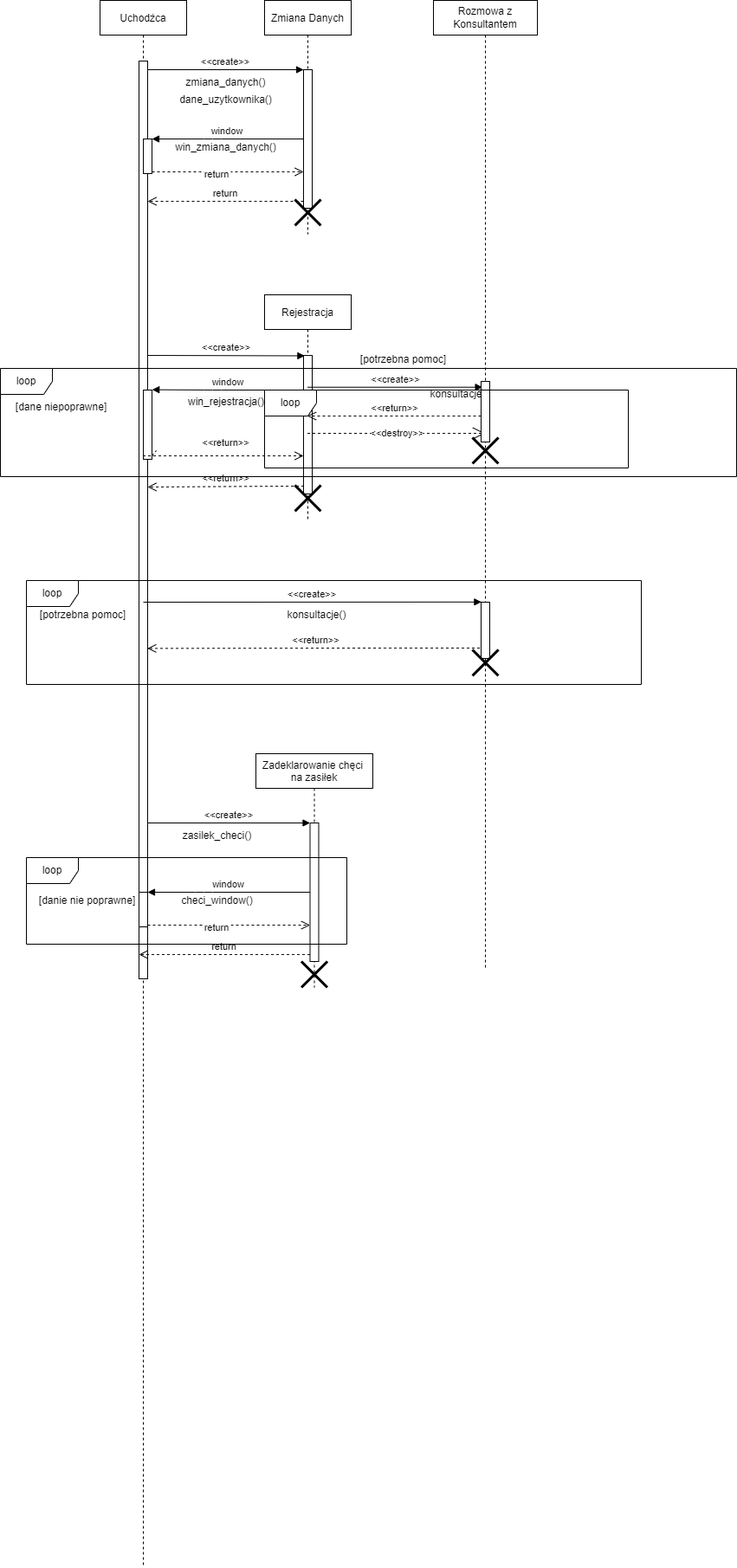
This is diagramy przebiegu/Uchodżca - diagram przebiegu.drawio.png from TheRipSon/inzyneria-oprogramowania, a draw.io export, as it was before one commit. Source tidied: cells renumbered, new cells last; positions are measured from the earlier drawing's top-left corner, leaving out a move shared by most shapes.
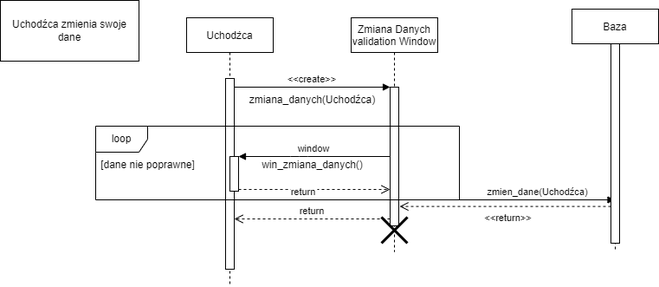
After the change.

What changed in the source:
```diff
@@ -3,18 +3,15 @@
     <mxCell id="0" />
     <mxCell id="1" parent="0" />
     <mxCell id="2" value="Uchodżca" style="shape=umlLifeline;perimeter=lifelinePerimeter;rounded=0;shadow=0;strokeWidth=1;" parent="1" vertex="1">
-      <mxGeometry x="115" width="100" height="1810" as="geometry" />
+      <mxGeometry x="115" width="100" height="310" as="geometry" />
     </mxCell>
     <mxCell id="3" style="points=[];perimeter=orthogonalPerimeter;rounded=0;shadow=0;strokeWidth=1;" parent="2" vertex="1">
-      <mxGeometry x="45" y="70" width="10" height="1060" as="geometry" />
+      <mxGeometry x="45" y="70" width="10" height="220" as="geometry" />
     </mxCell>
     <mxCell id="4" style="points=[];perimeter=orthogonalPerimeter;rounded=0;shadow=0;strokeWidth=1;" parent="2" vertex="1">
       <mxGeometry x="50" y="160" width="10" height="40" as="geometry" />
     </mxCell>
-    <mxCell id="5" style="points=[];perimeter=orthogonalPerimeter;rounded=0;shadow=0;strokeWidth=1;" parent="2" vertex="1">
-      <mxGeometry x="45" y="1030" width="10" height="40" as="geometry" />
-    </mxCell>
-    <mxCell id="6" value="Zmiana Danych" style="shape=umlLifeline;perimeter=lifelinePerimeter;rounded=0;shadow=0;strokeWidth=1;" parent="1" vertex="1">
+    <mxCell id="6" value="Zmiana Danych&#10;validation Window" style="shape=umlLifeline;perimeter=lifelinePerimeter;rounded=0;shadow=0;strokeWidth=1;" parent="1" vertex="1">
       <mxGeometry x="305" width="100" height="270" as="geometry" />
     </mxCell>
     <mxCell id="7" style="points=[];perimeter=orthogonalPerimeter;rounded=0;shadow=0;strokeWidth=1;" parent="6" vertex="1">
@@ -23,6 +20,11 @@
     <mxCell id="8" style="shape=umlDestroy;whiteSpace=wrap;html=1;strokeWidth=3;" parent="6" vertex="1">
       <mxGeometry x="35" y="230" width="30" height="30" as="geometry" />
     </mxCell>
+    <mxCell id="55" value="zmien_dane(Uchodźca)" style="html=1;verticalAlign=bottom;endArrow=block;rounded=0;" parent="6" edge="1" target="56">
+      <mxGeometry x="0.28" relative="1" as="geometry">
+        <mxPoint x="55" y="210" as="sourcePoint" />
+      </mxGeometry>
+    </mxCell>
     <mxCell id="9" value="return" style="verticalAlign=bottom;endArrow=open;dashed=1;endSize=8;exitX=0;exitY=0.95;shadow=0;strokeWidth=1;" parent="1" edge="1" source="7" target="3">
       <mxGeometry relative="1" as="geometry" />
     </mxCell>
@@ -43,170 +45,29 @@
         </Array>
       </mxGeometry>
     </mxCell>
-    <mxCell id="13" style="points=[];perimeter=orthogonalPerimeter;rounded=0;shadow=0;strokeWidth=1;" parent="1" vertex="1">
-      <mxGeometry x="165" y="450" width="10" height="80" as="geometry" />
-    </mxCell>
-    <mxCell id="14" value="&lt;&lt;return&gt;&gt;" style="verticalAlign=bottom;endArrow=open;dashed=1;endSize=8;exitX=0.06;exitY=0.943;shadow=0;strokeWidth=1;exitDx=0;exitDy=0;exitPerimeter=0;" parent="1" edge="1" source="20">
-      <mxGeometry relative="1" as="geometry">
-        <mxPoint x="170" y="562" as="targetPoint" />
-      </mxGeometry>
-    </mxCell>
-    <mxCell id="15" value="&lt;&lt;create&gt;&gt;" style="verticalAlign=bottom;endArrow=block;entryX=0.14;entryY=0.003;shadow=0;strokeWidth=1;entryDx=0;entryDy=0;entryPerimeter=0;" parent="1" edge="1" target="20">
-      <mxGeometry relative="1" as="geometry">
-        <mxPoint x="170" y="410" as="sourcePoint" />
-      </mxGeometry>
-    </mxCell>
-    <mxCell id="16" value="window" style="verticalAlign=bottom;endArrow=block;shadow=0;strokeWidth=1;entryX=1.02;entryY=-0.005;entryDx=0;entryDy=0;entryPerimeter=0;" parent="1" edge="1" target="13">
-      <mxGeometry relative="1" as="geometry">
-        <mxPoint x="350" y="450" as="sourcePoint" />
-        <Array as="points">
-          <mxPoint x="325" y="450" />
-          <mxPoint x="245" y="450" />
-        </Array>
-      </mxGeometry>
-    </mxCell>
-    <mxCell id="17" value="&lt;&lt;return&gt;&gt;" style="verticalAlign=bottom;endArrow=open;dashed=1;endSize=8;shadow=0;strokeWidth=1;startArrow=none;" parent="1" edge="1" source="2">
-      <mxGeometry x="0.03" y="6" relative="1" as="geometry">
-        <mxPoint x="350" y="526" as="targetPoint" />
-        <mxPoint x="1" as="offset" />
-      </mxGeometry>
-    </mxCell>
-    <mxCell id="18" value="[dane niepoprawne]" style="text;html=1;align=center;verticalAlign=middle;strokeColor=none;fillColor=none;" parent="1" vertex="1">
-      <mxGeometry x="10" y="460" width="120" height="20" as="geometry" />
-    </mxCell>
-    <mxCell id="19" value="Rejestracja" style="shape=umlLifeline;perimeter=lifelinePerimeter;rounded=0;shadow=0;strokeWidth=1;" parent="1" vertex="1">
-      <mxGeometry x="305" y="340" width="100" height="260" as="geometry" />
-    </mxCell>
-    <mxCell id="20" style="points=[];perimeter=orthogonalPerimeter;rounded=0;shadow=0;strokeWidth=1;" parent="19" vertex="1">
-      <mxGeometry x="45" y="70" width="10" height="160" as="geometry" />
-    </mxCell>
-    <mxCell id="21" style="shape=umlDestroy;whiteSpace=wrap;html=1;strokeWidth=3;" parent="19" vertex="1">
-      <mxGeometry x="35" y="220" width="30" height="30" as="geometry" />
-    </mxCell>
-    <mxCell id="22" value="&lt;&lt;return&gt;&gt;" style="verticalAlign=bottom;endArrow=open;dashed=1;endSize=8;shadow=0;strokeWidth=1;entryX=0.98;entryY=0.64;entryDx=0;entryDy=0;entryPerimeter=0;" parent="1" edge="1" source="30" target="3">
-      <mxGeometry relative="1" as="geometry">
-        <Array as="points">
-          <mxPoint x="450" y="748" />
-        </Array>
-      </mxGeometry>
-    </mxCell>
-    <mxCell id="23" value="&lt;&lt;create&gt;&gt;" style="verticalAlign=bottom;endArrow=block;entryX=0.04;entryY=-0.003;shadow=0;strokeWidth=1;entryDx=0;entryDy=0;entryPerimeter=0;" parent="1" edge="1" target="33">
-      <mxGeometry relative="1" as="geometry">
-        <mxPoint x="165" y="695" as="sourcePoint" />
-      </mxGeometry>
-    </mxCell>
-    <mxCell id="24" value="loop" style="shape=umlFrame;whiteSpace=wrap;html=1;" parent="1" vertex="1">
-      <mxGeometry x="30" y="670" width="710" height="120" as="geometry" />
-    </mxCell>
-    <mxCell id="25" value="[potrzebna pomoc]" style="text;html=1;align=center;verticalAlign=middle;strokeColor=none;fillColor=none;" parent="1" vertex="1">
-      <mxGeometry x="40" y="700" width="110" height="20" as="geometry" />
-    </mxCell>
-    <mxCell id="26" value="zmiana_danych()" style="text;html=1;align=center;verticalAlign=middle;strokeColor=none;fillColor=none;" parent="1" vertex="1">
-      <mxGeometry x="205" y="85" width="110" height="20" as="geometry" />
+    <mxCell id="26" value="zmiana_danych(Uchodźca)" style="text;html=1;align=center;verticalAlign=middle;strokeColor=none;fillColor=none;" parent="1" vertex="1">
+      <mxGeometry x="180" y="85" width="160" height="20" as="geometry" />
     </mxCell>
     <mxCell id="27" value="win_zmiana_danych()" style="text;html=1;align=center;verticalAlign=middle;strokeColor=none;fillColor=none;" parent="1" vertex="1">
       <mxGeometry x="195" y="160" width="130" height="20" as="geometry" />
     </mxCell>
-    <mxCell id="28" value="&lt;span style=&quot;color: rgb(0, 0, 0); font-family: Helvetica; font-size: 12px; font-style: normal; font-variant-ligatures: normal; font-variant-caps: normal; font-weight: 400; letter-spacing: normal; orphans: 2; text-align: center; text-indent: 0px; text-transform: none; widows: 2; word-spacing: 0px; -webkit-text-stroke-width: 0px; background-color: rgb(248, 249, 250); text-decoration-thickness: initial; text-decoration-style: initial; text-decoration-color: initial; float: none; display: inline !important;&quot;&gt;win_rejestracja()&lt;/span&gt;" style="text;whiteSpace=wrap;html=1;" parent="1" vertex="1">
-      <mxGeometry x="215" y="450" width="140" height="30" as="geometry" />
-    </mxCell>
-    <mxCell id="29" style="verticalAlign=bottom;endArrow=none;dashed=1;endSize=8;exitX=1;exitY=0.95;shadow=0;strokeWidth=1;" parent="1" edge="1" source="13">
-      <mxGeometry x="-0.15" y="6" relative="1" as="geometry">
-        <mxPoint x="180" y="520" as="targetPoint" />
-      </mxGeometry>
-    </mxCell>
-    <mxCell id="30" value="Rozmowa z Konsultantem" style="shape=umlLifeline;perimeter=lifelinePerimeter;whiteSpace=wrap;html=1;outlineConnect=0;" parent="1" vertex="1">
-      <mxGeometry x="500" width="120" height="1120" as="geometry" />
-    </mxCell>
-    <mxCell id="31" style="shape=umlDestroy;whiteSpace=wrap;html=1;strokeWidth=3;" parent="30" vertex="1">
-      <mxGeometry x="45" y="505" width="30" height="30" as="geometry" />
-    </mxCell>
-    <mxCell id="32" value="[potrzebna pomoc]" style="text;html=1;align=center;verticalAlign=middle;strokeColor=none;fillColor=none;" parent="30" vertex="1">
-      <mxGeometry x="-90" y="405" width="110" height="20" as="geometry" />
-    </mxCell>
-    <mxCell id="33" style="html=1;points=[];perimeter=orthogonalPerimeter;" parent="30" vertex="1">
-      <mxGeometry x="55" y="695" width="10" height="65" as="geometry" />
-    </mxCell>
-    <mxCell id="34" style="shape=umlDestroy;whiteSpace=wrap;html=1;strokeWidth=3;" parent="30" vertex="1">
-      <mxGeometry x="45" y="750" width="30" height="30" as="geometry" />
-    </mxCell>
-    <mxCell id="35" value="konsultacje()" style="text;html=1;align=center;verticalAlign=middle;strokeColor=none;fillColor=none;" parent="30" vertex="1">
-      <mxGeometry x="-10" y="445" width="80" height="20" as="geometry" />
-    </mxCell>
-    <mxCell id="36" value="&amp;lt;&amp;lt;create&amp;gt;&amp;gt;" style="html=1;verticalAlign=bottom;endArrow=block;rounded=0;entryX=0.16;entryY=0.096;entryDx=0;entryDy=0;entryPerimeter=0;" parent="1" edge="1" source="19" target="41">
-      <mxGeometry relative="1" as="geometry" />
-    </mxCell>
+    <mxCell id="56" value="Baza" style="shape=umlLifeline;perimeter=lifelinePerimeter;rounded=0;shadow=0;strokeWidth=1;" parent="1" vertex="1">
+      <mxGeometry x="560" y="-10" width="100" height="280" as="geometry" />
+    </mxCell>
+    <mxCell id="57" style="points=[];perimeter=orthogonalPerimeter;rounded=0;shadow=0;strokeWidth=1;" parent="56" vertex="1">
+      <mxGeometry x="45" y="40" width="10" height="230" as="geometry" />
+    </mxCell>
-    <mxCell id="37" value="&amp;lt;&amp;lt;return&amp;gt;&amp;gt;" style="html=1;verticalAlign=bottom;endArrow=open;dashed=1;endSize=8;rounded=0;" parent="1" edge="1" source="41" target="19">
-      <mxGeometry relative="1" as="geometry">
-        <Array as="points">
-          <mxPoint x="500" y="480" />
-        </Array>
-      </mxGeometry>
+    <mxCell id="37" value="&amp;lt;&amp;lt;return&amp;gt;&amp;gt;" style="html=1;verticalAlign=bottom;endArrow=open;dashed=1;endSize=8;rounded=0;entryX=1.1;entryY=0.86;entryDx=0;entryDy=0;entryPerimeter=0;" parent="1" edge="1" source="57" target="7">
+      <mxGeometry x="-0.02" y="22" relative="1" as="geometry" />
     </mxCell>
-    <mxCell id="38" value="&amp;lt;&amp;lt;destroy&amp;gt;&amp;gt;" style="endArrow=open;endSize=12;dashed=1;html=1;rounded=0;startArrow=none;" parent="1" edge="1" source="19" target="30">
-      <mxGeometry relative="1" as="geometry">
-        <Array as="points">
-          <mxPoint x="500" y="500" />
-        </Array>
-      </mxGeometry>
-    </mxCell>
-    <mxCell id="39" value="konsultacje()" style="text;html=1;align=center;verticalAlign=middle;strokeColor=none;fillColor=none;" parent="1" vertex="1">
-      <mxGeometry x="325" y="700" width="80" height="20" as="geometry" />
-    </mxCell>
-    <mxCell id="40" value="dane_uzytkownika()" style="text;html=1;align=center;verticalAlign=middle;strokeColor=none;fillColor=none;" parent="1" vertex="1">
-      <mxGeometry x="200" y="105" width="120" height="20" as="geometry" />
-    </mxCell>
-    <mxCell id="41" style="html=1;points=[];perimeter=orthogonalPerimeter;" parent="1" vertex="1">
-      <mxGeometry x="555" y="440" width="10" height="70" as="geometry" />
-    </mxCell>
-    <mxCell id="42" value="loop" style="shape=umlFrame;whiteSpace=wrap;html=1;" parent="1" vertex="1">
-      <mxGeometry x="305" y="450" width="420" height="90" as="geometry" />
-    </mxCell>
-    <mxCell id="43" value="loop" style="shape=umlFrame;whiteSpace=wrap;html=1;" parent="1" vertex="1">
-      <mxGeometry y="425" width="850" height="125" as="geometry" />
-    </mxCell>
-    <mxCell id="44" value="Zadeklarowanie chęci &#10;na zasiłek" style="shape=umlLifeline;perimeter=lifelinePerimeter;rounded=0;shadow=0;strokeWidth=1;" parent="1" vertex="1">
-      <mxGeometry x="295" y="870" width="135" height="270" as="geometry" />
-    </mxCell>
-    <mxCell id="45" style="points=[];perimeter=orthogonalPerimeter;rounded=0;shadow=0;strokeWidth=1;" parent="44" vertex="1">
-      <mxGeometry x="62.5" y="80" width="10" height="160" as="geometry" />
-    </mxCell>
-    <mxCell id="46" style="shape=umlDestroy;whiteSpace=wrap;html=1;strokeWidth=3;" parent="44" vertex="1">
-      <mxGeometry x="52.5" y="240" width="30" height="30" as="geometry" />
-    </mxCell>
-    <mxCell id="47" value="return" style="verticalAlign=bottom;endArrow=open;dashed=1;endSize=8;exitX=0;exitY=0.95;shadow=0;strokeWidth=1;" parent="1" edge="1" source="45">
-      <mxGeometry relative="1" as="geometry">
-        <mxPoint x="160" y="1102" as="targetPoint" />
-      </mxGeometry>
-    </mxCell>
-    <mxCell id="48" value="&lt;&lt;create&gt;&gt;" style="verticalAlign=bottom;endArrow=block;entryX=0;entryY=0;shadow=0;strokeWidth=1;" parent="1" edge="1" source="3" target="45">
-      <mxGeometry relative="1" as="geometry" />
-    </mxCell>
-    <mxCell id="49" value="window" style="verticalAlign=bottom;endArrow=block;shadow=0;strokeWidth=1;" parent="1" edge="1" source="45" target="5">
-      <mxGeometry relative="1" as="geometry">
-        <Array as="points">
-          <mxPoint x="235" y="1030" />
-        </Array>
-      </mxGeometry>
-    </mxCell>
-    <mxCell id="50" value="return" style="verticalAlign=bottom;endArrow=open;dashed=1;endSize=8;exitX=1;exitY=0.95;shadow=0;strokeWidth=1;" parent="1" edge="1" source="5" target="45">
-      <mxGeometry x="-0.14" y="-12" relative="1" as="geometry">
-        <Array as="points">
-          <mxPoint x="210" y="1068" />
-        </Array>
-      </mxGeometry>
-    </mxCell>
-    <mxCell id="51" value="zasilek_checi()" style="text;html=1;align=center;verticalAlign=middle;strokeColor=none;fillColor=none;" parent="1" vertex="1">
-      <mxGeometry x="205" y="955" width="90" height="20" as="geometry" />
-    </mxCell>
-    <mxCell id="52" value="checi_window()" style="text;html=1;align=center;verticalAlign=middle;strokeColor=none;fillColor=none;" parent="1" vertex="1">
-      <mxGeometry x="200" y="1030" width="100" height="20" as="geometry" />
-    </mxCell>
-    <mxCell id="53" value="loop" style="shape=umlFrame;whiteSpace=wrap;html=1;" parent="1" vertex="1">
-      <mxGeometry x="30" y="990" width="370" height="100" as="geometry" />
-    </mxCell>
-    <mxCell id="54" value="[danie nie poprawne]" style="text;html=1;align=center;verticalAlign=middle;strokeColor=none;fillColor=none;" parent="1" vertex="1">
-      <mxGeometry x="35" y="1030" width="130" height="20" as="geometry" />
-    </mxCell>
+    <mxCell id="58" value="loop" style="shape=umlFrame;whiteSpace=wrap;html=1;" parent="1" vertex="1">
+      <mxGeometry x="10" y="125" width="420" height="85" as="geometry" />
+    </mxCell>
+    <mxCell id="59" value="[dane nie poprawne]" style="text;html=1;align=center;verticalAlign=middle;strokeColor=none;fillColor=none;" parent="1" vertex="1">
+      <mxGeometry x="10" y="160" width="120" height="20" as="geometry" />
+    </mxCell>
+    <mxCell id="60" value="Uchodźca zmienia swoje dane" style="whiteSpace=wrap;html=1;" parent="1" vertex="1">
+      <mxGeometry x="-100" y="-20" width="160" height="70" as="geometry" />
+    </mxCell>
   </root>
 </mxGraphModel>
```
